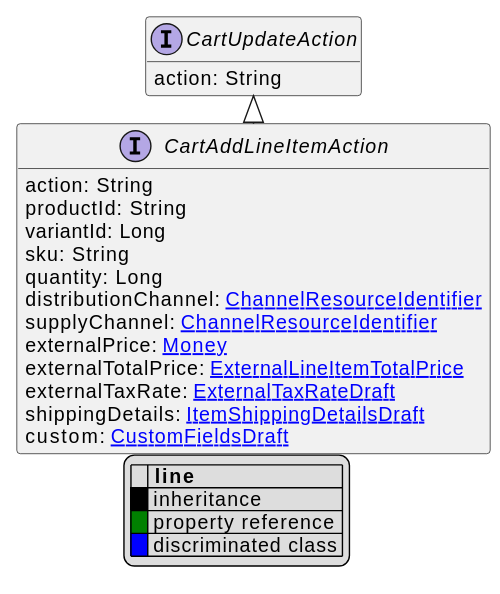
commercetools/commercetools-api-reference keeps this PlantUML diagram as uml/api/svg/CartAddLineItemAction.svg. Above is the earlier version.
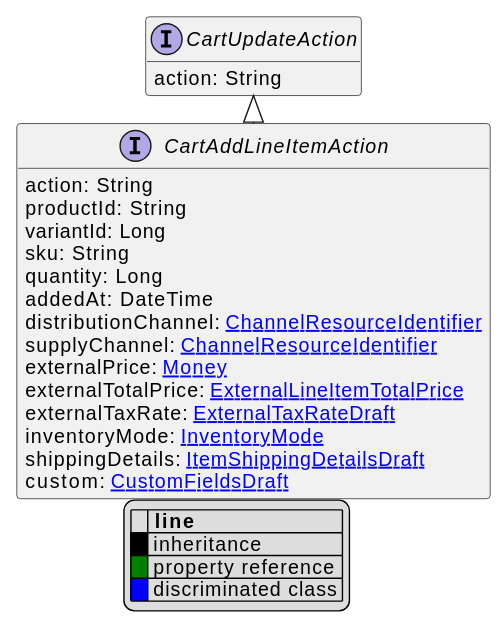
After the commit.

The edit, as a diff of the source:
```diff
@@ -14,11 +14,13 @@
     variantId: Long
     sku: String
     quantity: Long
+    addedAt: DateTime
     distributionChannel: [[ChannelResourceIdentifier.svg ChannelResourceIdentifier]]
     supplyChannel: [[ChannelResourceIdentifier.svg ChannelResourceIdentifier]]
     externalPrice: [[Money.svg Money]]
     externalTotalPrice: [[ExternalLineItemTotalPrice.svg ExternalLineItemTotalPrice]]
     externalTaxRate: [[ExternalTaxRateDraft.svg ExternalTaxRateDraft]]
+    inventoryMode: [[InventoryMode.svg InventoryMode]]
     shippingDetails: [[ItemShippingDetailsDraft.svg ItemShippingDetailsDraft]]
     custom: [[CustomFieldsDraft.svg CustomFieldsDraft]]
 }
```
